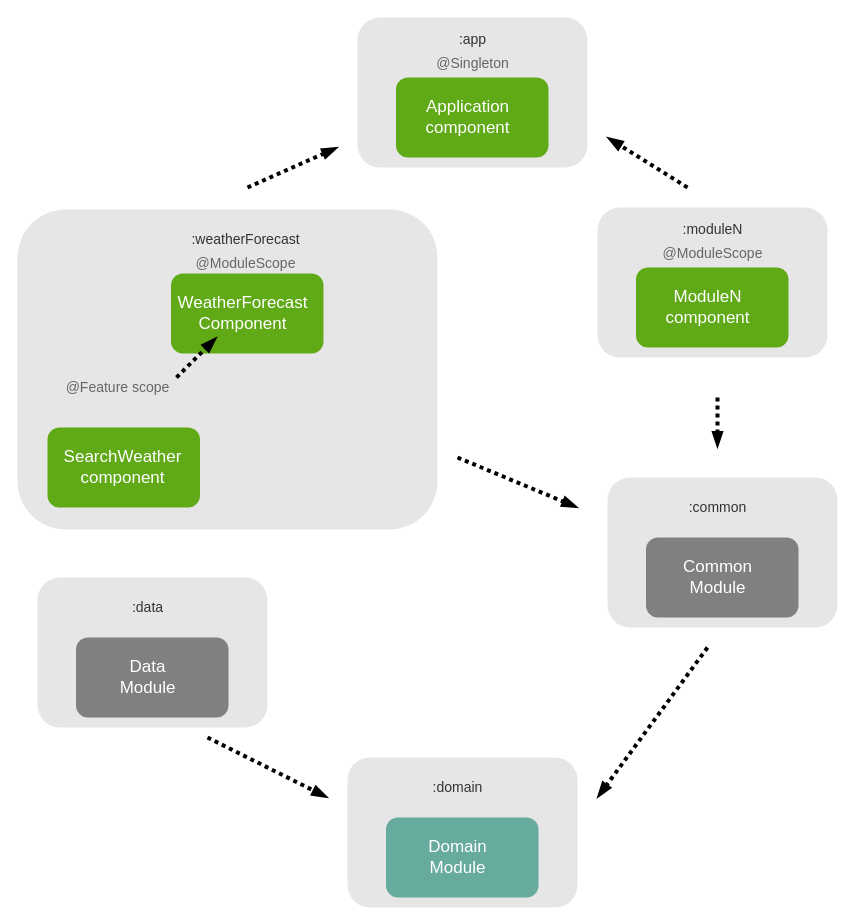
Before: Untitled Diagram.drawio in zuizuicui/weather_forecast, a draw.io diagram. Source tidied: cells renumbered, new cells numbered last; positions are measured from the earlier drawing's top-left corner, leaving out a move shared by most shapes. Both pictures are drawn from the tidied source at 100%, with x=0, y=0 at pixel (17, 17).
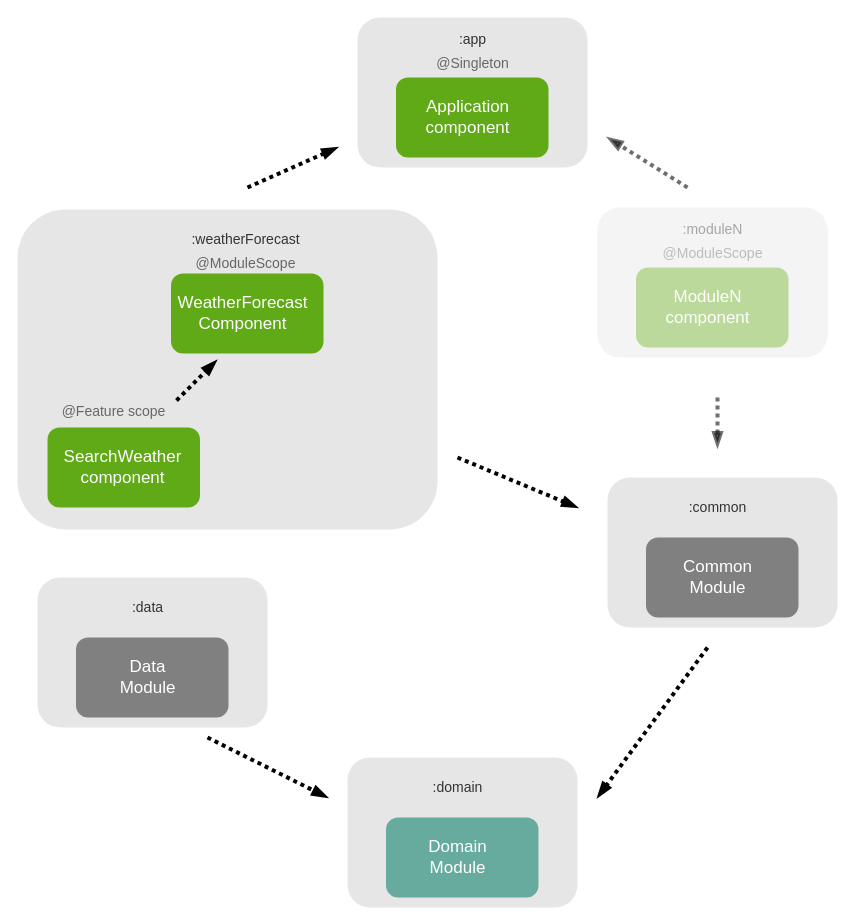
The same page after the edit.

Commit message (it also covers changes not shown here):
multi-module apps

The change refers to these unchanged cells:
```xml
<mxCell id="35" style="group;" parent="1" vertex="1">
  <mxGeometry x="580" y="190" width="230" height="150" as="geometry" />
</mxCell>
```

Change to the diagram source:
```diff
@@
+    <mxCell id="46" style="rounded=0;whiteSpace=wrap;html=1;fontSize=14;strokeColor=none;fillColor=#FFFFFF90;" parent="35" vertex="1">
+      <mxGeometry x="-0.2" y="-2" width="230" height="154" as="geometry" />
+    </mxCell>
-    <mxCell id="41" style="rounded=0;orthogonalLoop=1;jettySize=auto;html=1;fontSize=14;fontColor=#666666;dashed=1;endArrow=blockThin;endFill=1;strokeWidth=4;dashPattern=1 1;" parent="1" edge="1">
+    <mxCell id="41" style="rounded=0;orthogonalLoop=1;jettySize=auto;html=1;fontSize=14;fontColor=#666666;dashed=1;endArrow=blockThin;endFill=1;strokeWidth=4;dashPattern=1 1;strokeColor=#00000090;" parent="1" edge="1">
       <mxGeometry relative="1" as="geometry">
         <mxPoint x="670" y="170" as="sourcePoint" />
         <mxPoint x="590" y="120" as="targetPoint" />
       </mxGeometry>
     </mxCell>
-    <mxCell id="42" style="rounded=0;orthogonalLoop=1;jettySize=auto;html=1;fontSize=14;fontColor=#666666;dashed=1;endArrow=blockThin;endFill=1;strokeWidth=4;dashPattern=1 1;" parent="1" edge="1">
+    <mxCell id="42" style="rounded=0;orthogonalLoop=1;jettySize=auto;html=1;fontSize=14;fontColor=#666666;dashed=1;endArrow=blockThin;endFill=1;strokeWidth=4;dashPattern=1 1;strokeColor=#00000090;" parent="1" edge="1">
       <mxGeometry relative="1" as="geometry">
         <mxPoint x="700" y="380" as="sourcePoint" />
         <mxPoint x="700" y="430" as="targetPoint" />
       </mxGeometry>
     </mxCell>
     <mxCell id="43" value="@Feature scope" style="text;html=1;align=center;verticalAlign=middle;fontColor=#666666;fontSize=14;" parent="1" vertex="1">
-      <mxGeometry x="40" y="360" width="120" height="20" as="geometry" />
+      <mxGeometry x="36" y="384" width="120" height="20" as="geometry" />
     </mxCell>
     <mxCell id="44" style="rounded=0;orthogonalLoop=1;jettySize=auto;html=1;fontSize=14;fontColor=#666666;dashed=1;endArrow=blockThin;endFill=1;strokeWidth=4;dashPattern=1 1;" parent="1" edge="1">
       <mxGeometry relative="1" as="geometry">
-        <mxPoint x="159" y="360" as="sourcePoint" />
-        <mxPoint x="199" y="320" as="targetPoint" />
+        <mxPoint x="159" y="383" as="sourcePoint" />
+        <mxPoint x="199" y="343" as="targetPoint" />
       </mxGeometry>
     </mxCell>
```
